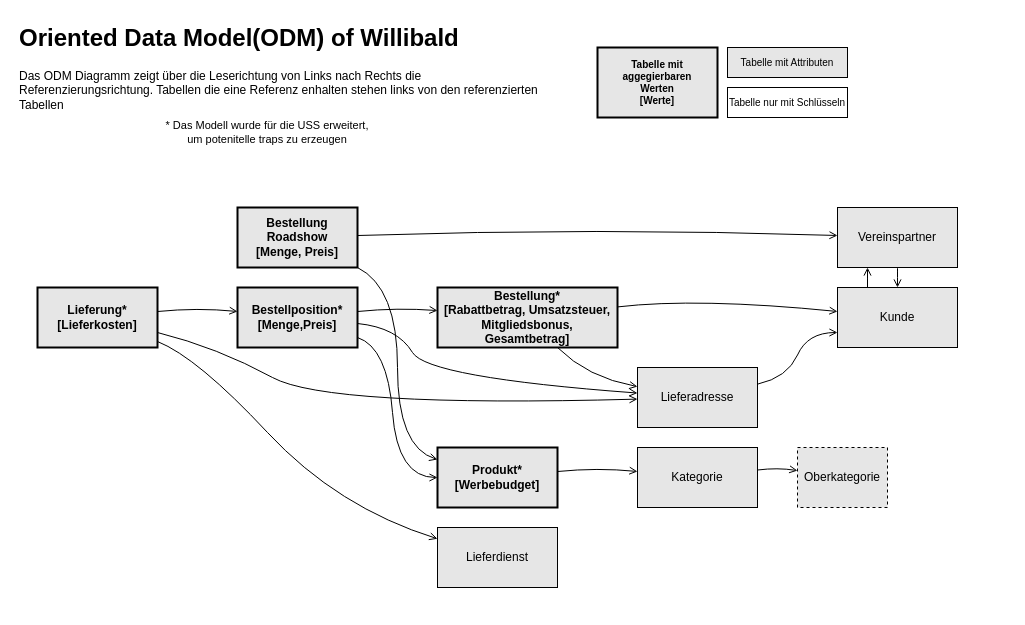
Above: USS_abbildung/ODM_of_willibald.drawio in mattywausb/Willibald-Data (draw.io), before the change. Source tidied: cells renumbered, new cells numbered last; positions are measured from the earlier drawing's top-left corner, leaving out a move shared by most shapes. Both pictures are drawn from the tidied source at 100%, with x=0, y=0 at pixel (17, 17).
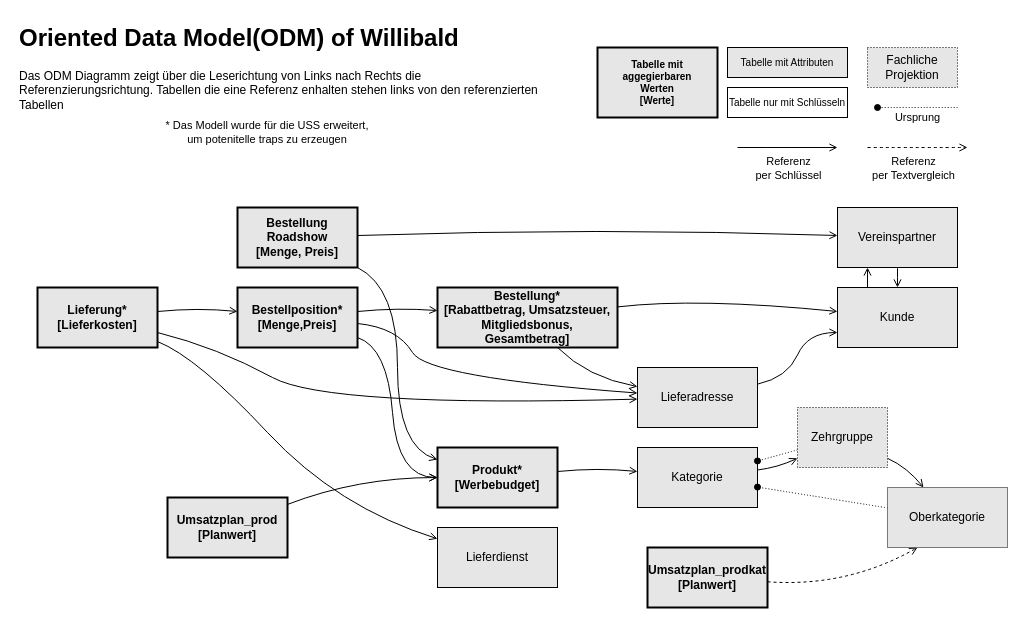
The same page after the edit.

Commit message (it also covers changes not shown here):
Diagramme anagepasst

Unchanged cells that the change refers to:
```xml
<mxCell id="17" value="Produkt*&lt;div&gt;[Werbebudget]&lt;/div&gt;" style="rounded=0;whiteSpace=wrap;html=1;verticalAlign=middle;strokeColor=default;align=center;fontFamily=Helvetica;fontSize=12;fontColor=default;fillColor=#E6E6E6;shadow=0;glass=0;strokeWidth=2;fontStyle=1;" parent="1" vertex="1">
  <mxGeometry x="420" y="430" width="120" height="60" as="geometry" />
</mxCell>
<mxCell id="21" value="Kategorie" style="rounded=0;whiteSpace=wrap;html=1;strokeColor=default;align=center;verticalAlign=middle;fontFamily=Helvetica;fontSize=12;fontColor=default;fillColor=#E6E6E6;" parent="1" vertex="1">
  <mxGeometry x="620" y="430" width="120" height="60" as="geometry" />
</mxCell>
```

What changed in the source:
```diff
@@
+    <mxCell id="33" style="edgeStyle=none;shape=connector;curved=1;rounded=0;jettySize=auto;html=1;strokeColor=default;align=center;verticalAlign=middle;fontFamily=Helvetica;fontSize=11;fontColor=default;labelBackgroundColor=default;endArrow=open;endFill=0;" parent="1" edge="1" source="23" target="40">
+      <mxGeometry relative="1" as="geometry">
+        <Array as="points">
+          <mxPoint x="890" y="450" />
+        </Array>
+      </mxGeometry>
+    </mxCell>
+    <mxCell id="34" style="edgeStyle=none;shape=connector;curved=1;rounded=0;jettySize=auto;html=1;strokeColor=default;align=center;verticalAlign=middle;fontFamily=Helvetica;fontSize=11;fontColor=default;labelBackgroundColor=default;endArrow=oval;endFill=1;dashed=1;dashPattern=1 2;" parent="1" edge="1" source="23" target="21">
+      <mxGeometry relative="1" as="geometry" />
+    </mxCell>
-    <mxCell id="23" value="Oberkategorie" style="rounded=0;whiteSpace=wrap;html=1;dashed=1;strokeColor=default;align=center;verticalAlign=middle;fontFamily=Helvetica;fontSize=12;fontColor=default;fillColor=#E6E6E6;" parent="1" vertex="1">
-      <mxGeometry x="780" y="430" width="90" height="60" as="geometry" />
+    <mxCell id="23" value="Zehrgruppe" style="rounded=0;whiteSpace=wrap;html=1;dashed=1;strokeColor=default;align=center;verticalAlign=middle;fontFamily=Helvetica;fontSize=12;fontColor=default;fillColor=#E6E6E6;dashPattern=1 2;" parent="1" vertex="1">
+      <mxGeometry x="780" y="390" width="90" height="60" as="geometry" />
     </mxCell>
@@
+    <mxCell id="35" style="edgeStyle=none;shape=connector;curved=1;rounded=0;jettySize=auto;html=1;strokeColor=default;align=center;verticalAlign=middle;fontFamily=Helvetica;fontSize=11;fontColor=default;labelBackgroundColor=default;endArrow=open;endFill=0;" parent="1" edge="1" source="36" target="17">
+      <mxGeometry relative="1" as="geometry">
+        <Array as="points">
+          <mxPoint x="340" y="460" />
+        </Array>
+      </mxGeometry>
+    </mxCell>
+    <mxCell id="36" value="Umsatzplan_prod&lt;div&gt;[Planwert]&lt;/div&gt;" style="rounded=0;whiteSpace=wrap;html=1;verticalAlign=middle;strokeColor=default;align=center;fontFamily=Helvetica;fontSize=12;fontColor=default;fillColor=#E6E6E6;shadow=0;glass=0;strokeWidth=2;fontStyle=1;" parent="1" vertex="1">
+      <mxGeometry x="150" y="480" width="120" height="60" as="geometry" />
+    </mxCell>
+    <mxCell id="37" value="Umsatzplan_prodkat&lt;div&gt;[Planwert]&lt;/div&gt;" style="rounded=0;whiteSpace=wrap;html=1;verticalAlign=middle;strokeColor=default;align=center;fontFamily=Helvetica;fontSize=12;fontColor=default;fillColor=#E6E6E6;shadow=0;glass=0;strokeWidth=2;fontStyle=1;" parent="1" vertex="1">
+      <mxGeometry x="630" y="530" width="120" height="60" as="geometry" />
+    </mxCell>
+    <mxCell id="38" style="shape=connector;rounded=0;jettySize=auto;html=1;strokeColor=default;align=center;verticalAlign=middle;fontFamily=Helvetica;fontSize=11;fontColor=default;labelBackgroundColor=default;endArrow=open;endFill=0;curved=1;entryX=0.25;entryY=1;entryDx=0;entryDy=0;dashed=1;" parent="1" edge="1" source="37" target="40">
+      <mxGeometry relative="1" as="geometry">
+        <Array as="points">
+          <mxPoint x="830" y="570" />
+        </Array>
+      </mxGeometry>
+    </mxCell>
+    <mxCell id="39" style="edgeStyle=none;shape=connector;curved=1;rounded=0;jettySize=auto;html=1;dashed=1;dashPattern=1 2;strokeColor=default;align=center;verticalAlign=middle;fontFamily=Helvetica;fontSize=11;fontColor=default;labelBackgroundColor=default;endArrow=oval;endFill=1;" parent="1" edge="1" source="40" target="21">
+      <mxGeometry relative="1" as="geometry" />
+    </mxCell>
+    <mxCell id="40" value="Oberkategorie" style="whiteSpace=wrap;html=1;fillColor=#E6E6E6;rounded=0;dashed=1;dashPattern=1 1;" parent="1" vertex="1">
+      <mxGeometry x="870" y="470" width="120" height="60" as="geometry" />
+    </mxCell>
+    <mxCell id="41" value="Fachliche&lt;div&gt;Projektion&lt;/div&gt;" style="rounded=0;whiteSpace=wrap;html=1;dashed=1;strokeColor=default;align=center;verticalAlign=middle;fontFamily=Helvetica;fontSize=12;fontColor=default;fillColor=#E6E6E6;dashPattern=1 2;" parent="1" vertex="1">
+      <mxGeometry x="850" y="30" width="90" height="40" as="geometry" />
+    </mxCell>
+    <mxCell id="42" value="Ursprung" style="edgeStyle=none;shape=connector;curved=1;rounded=0;orthogonalLoop=1;jettySize=auto;html=1;dashed=1;dashPattern=1 2;strokeColor=default;align=center;verticalAlign=middle;fontFamily=Helvetica;fontSize=11;fontColor=default;labelBackgroundColor=default;endArrow=oval;endFill=1;" parent="1" edge="1">
+      <mxGeometry y="10" relative="1" as="geometry">
+        <mxPoint x="940" y="90" as="sourcePoint" />
+        <mxPoint x="860" y="90" as="targetPoint" />
+      </mxGeometry>
+    </mxCell>
+    <mxCell id="43" style="shape=connector;rounded=0;orthogonalLoop=1;jettySize=auto;html=1;strokeColor=default;align=center;verticalAlign=middle;fontFamily=Helvetica;fontSize=11;fontColor=default;labelBackgroundColor=default;endArrow=open;endFill=0;curved=1;dashed=1;" parent="1" edge="1">
+      <mxGeometry relative="1" as="geometry">
+        <mxPoint x="850" y="130" as="sourcePoint" />
+        <mxPoint x="950" y="130" as="targetPoint" />
+        <Array as="points">
+          <mxPoint x="910" y="130" />
+        </Array>
+      </mxGeometry>
+    </mxCell>
+    <mxCell id="44" value="Referenz&lt;div&gt;per Textvergleich&lt;/div&gt;" style="edgeLabel;html=1;align=center;verticalAlign=middle;fontFamily=Helvetica;fontSize=11;fontColor=default;labelBackgroundColor=default;" parent="43" vertex="1">
+      <mxGeometry x="-0.36" relative="1" as="geometry">
+        <mxPoint x="13" y="20" as="offset" />
+      </mxGeometry>
+    </mxCell>
+    <mxCell id="45" style="shape=connector;rounded=0;orthogonalLoop=1;jettySize=auto;html=1;strokeColor=default;align=center;verticalAlign=middle;fontFamily=Helvetica;fontSize=11;fontColor=default;labelBackgroundColor=default;endArrow=open;endFill=0;curved=1;" parent="1" edge="1">
+      <mxGeometry relative="1" as="geometry">
+        <mxPoint x="720" y="130" as="sourcePoint" />
+        <mxPoint x="820" y="130" as="targetPoint" />
+        <Array as="points">
+          <mxPoint x="780" y="130" />
+        </Array>
+      </mxGeometry>
+    </mxCell>
+    <mxCell id="46" value="Referenz&lt;div&gt;per Schlüssel&lt;/div&gt;" style="edgeLabel;html=1;align=center;verticalAlign=middle;fontFamily=Helvetica;fontSize=11;fontColor=default;labelBackgroundColor=default;" parent="45" vertex="1">
+      <mxGeometry x="-0.36" relative="1" as="geometry">
+        <mxPoint x="18" y="20" as="offset" />
+      </mxGeometry>
+    </mxCell>
```
